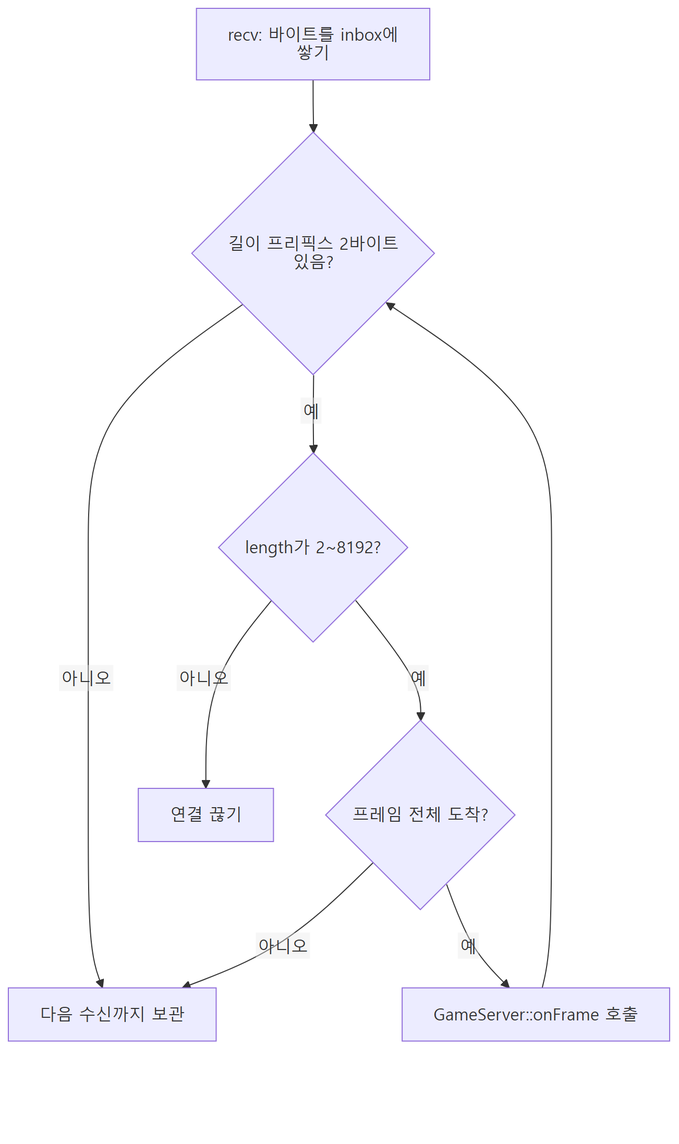
Dongs9/try_mmo_server keeps this Mermaid diagram as docs/diagrams/images/flow-packet.png. Above is the earlier version. Its source is kept beside it as docs/diagrams/src/flow-packet.mmd. Its diagram source:
```mermaid
flowchart TD
    recv["recv: 바이트를 inbox에 쌓기"] --> enough{"길이 프리픽스 2바이트 있음?"}
    enough -- 아니오 --> keep[다음 수신까지 보관]
    enough -- 예 --> valid{"length가 2~8192?"}
    valid -- 아니오 --> close[연결 끊기]
    valid -- 예 --> whole{프레임 전체 도착?}
    whole -- 아니오 --> keep
    whole -- 예 --> frame[GameServer::onFrame 호출]
    frame --> enough
```
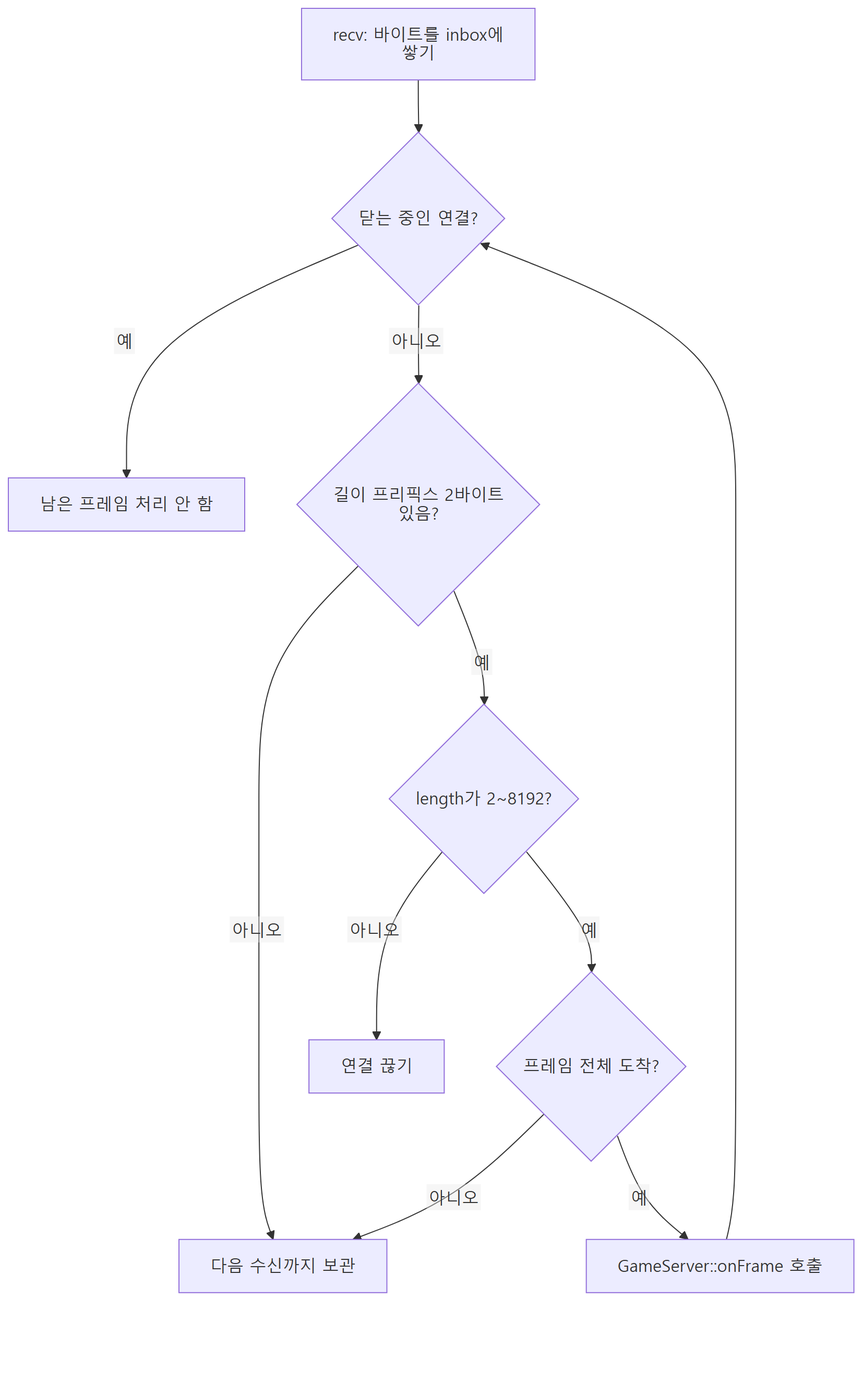
Above is the later version.

Change to the diagram source:
```diff
@@ -1,9 +1,11 @@
 flowchart TD
-    recv["recv: 바이트를 inbox에 쌓기"] --> enough{"길이 프리픽스 2바이트 있음?"}
+    recv["recv: 바이트를 inbox에 쌓기"] --> closing{닫는 중인 연결?}
+    closing -- 예 --> stop[남은 프레임 처리 안 함]
+    closing -- 아니오 --> enough{"길이 프리픽스 2바이트 있음?"}
     enough -- 아니오 --> keep[다음 수신까지 보관]
     enough -- 예 --> valid{"length가 2~8192?"}
     valid -- 아니오 --> close[연결 끊기]
     valid -- 예 --> whole{프레임 전체 도착?}
     whole -- 아니오 --> keep
     whole -- 예 --> frame[GameServer::onFrame 호출]
-    frame --> enough
+    frame --> closing
```
